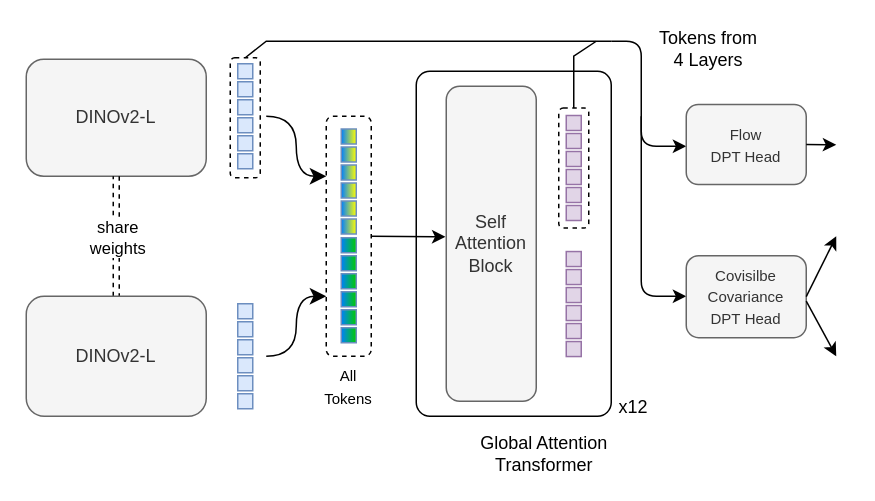
This is paper.drawio from infinity1096/CV-network-fulltrace, a draw.io file, before an edit. Source tidied: cells renumbered, new cells numbered last; positions are measured from the earlier drawing's top-left corner, leaving out a move shared by most shapes. Both pictures are drawn from the tidied source at 150%, with x=0, y=0 at pixel (26, 26).
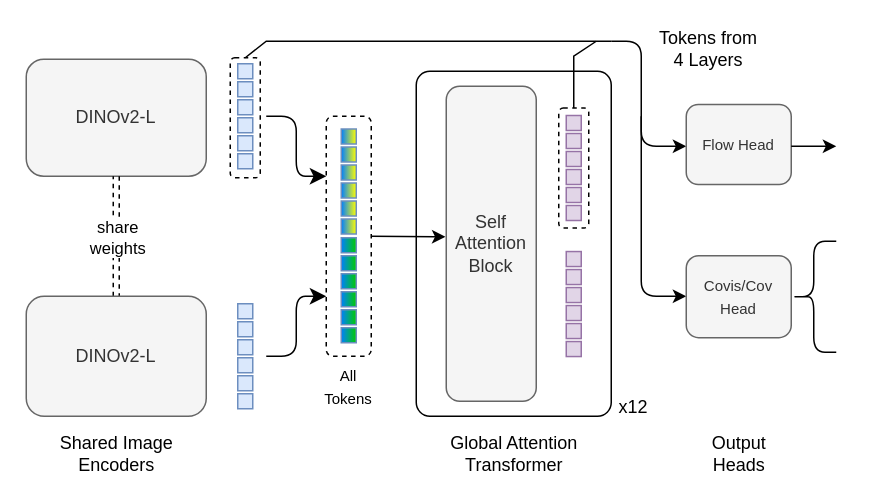
The same page after the edit.

Diff of the diagram source:
```diff
@@
-    <mxCell id="32" style="edgeStyle=orthogonalEdgeStyle;elbow=horizontal;endArrow=classic;html=1;curved=1;rounded=0;endSize=8;startSize=8;" parent="1" edge="1">
+    <mxCell id="32" style="edgeStyle=orthogonalEdgeStyle;elbow=horizontal;endArrow=classic;html=1;curved=0;rounded=1;endSize=8;startSize=8;" parent="1" edge="1">
       <mxGeometry relative="1" as="geometry">
         <mxPoint x="160" y="220" as="sourcePoint" />
         <mxPoint x="200" y="180" as="targetPoint" />
         <Array as="points">
           <mxPoint x="180" y="220" />
           <mxPoint x="180" y="180" />
         </Array>
       </mxGeometry>
     </mxCell>
-    <mxCell id="33" style="edgeStyle=orthogonalEdgeStyle;elbow=horizontal;endArrow=classic;html=1;curved=1;rounded=0;endSize=8;startSize=8;" parent="1" edge="1">
+    <mxCell id="33" style="edgeStyle=orthogonalEdgeStyle;elbow=horizontal;endArrow=classic;html=1;curved=0;rounded=1;endSize=8;startSize=8;" parent="1" edge="1">
       <mxGeometry relative="1" as="geometry">
         <mxPoint x="160" y="60" as="sourcePoint" />
         <mxPoint x="200" y="100" as="targetPoint" />
         <Array as="points">
           <mxPoint x="180" y="60" />
           <mxPoint x="180" y="100" />
         </Array>
       </mxGeometry>
     </mxCell>
@@
     <mxCell id="38" value="Global Attention Transformer" style="text;html=1;align=center;verticalAlign=middle;whiteSpace=wrap;rounded=0;" parent="1" vertex="1">
-      <mxGeometry x="293" y="270" width="105" height="30" as="geometry" />
+      <mxGeometry x="272.5" y="270" width="105" height="30" as="geometry" />
     </mxCell>
@@
-    <mxCell id="58" value="&lt;font style=&quot;font-size: 10px;&quot;&gt;Flow&lt;/font&gt;&lt;div&gt;&lt;font style=&quot;font-size: 10px;&quot;&gt;DPT Head&lt;/font&gt;&lt;/div&gt;" style="rounded=1;whiteSpace=wrap;html=1;fillColor=#f5f5f5;strokeColor=#666666;fontColor=#333333;" parent="1" vertex="1">
-      <mxGeometry x="440" y="52.1" width="80" height="53.4" as="geometry" />
+    <mxCell id="58" value="&lt;font size=&quot;1&quot;&gt;Flow Head&lt;/font&gt;" style="rounded=1;whiteSpace=wrap;html=1;fillColor=#f5f5f5;strokeColor=#666666;fontColor=#333333;" parent="1" vertex="1">
+      <mxGeometry x="440" y="52.1" width="70" height="53.4" as="geometry" />
     </mxCell>
-    <mxCell id="59" value="&lt;div&gt;&lt;font style=&quot;font-size: 10px;&quot;&gt;Covisilbe&lt;/font&gt;&lt;/div&gt;&lt;div&gt;&lt;font style=&quot;font-size: 10px;&quot;&gt;Covariance&lt;/font&gt;&lt;/div&gt;&lt;div&gt;&lt;font style=&quot;font-size: 10px;&quot;&gt;DPT&amp;nbsp;&lt;/font&gt;&lt;span style=&quot;font-size: 10px;&quot;&gt;Head&lt;/span&gt;&lt;/div&gt;" style="rounded=1;whiteSpace=wrap;html=1;fillColor=#f5f5f5;strokeColor=#666666;fontColor=#333333;" parent="1" vertex="1">
-      <mxGeometry x="440" y="153" width="80" height="54.6" as="geometry" />
+    <mxCell id="59" value="&lt;div&gt;&lt;font size=&quot;1&quot;&gt;Covis/Cov&lt;/font&gt;&lt;/div&gt;&lt;div&gt;&lt;font size=&quot;1&quot;&gt;Head&lt;/font&gt;&lt;/div&gt;" style="rounded=1;whiteSpace=wrap;html=1;fillColor=#f5f5f5;strokeColor=#666666;fontColor=#333333;" parent="1" vertex="1">
+      <mxGeometry x="440" y="153" width="70" height="54.6" as="geometry" />
     </mxCell>
-    <mxCell id="60" style="endArrow=classic;html=1;rounded=0;exitX=1;exitY=0.5;exitDx=0;exitDy=0;" parent="1" edge="1" source="58">
-      <mxGeometry relative="1" as="geometry">
-        <mxPoint x="540" y="79" as="targetPoint" />
-      </mxGeometry>
-    </mxCell>
-    <mxCell id="61" style="endArrow=classic;html=1;rounded=0;exitX=1;exitY=0.5;exitDx=0;exitDy=0;" parent="1" edge="1" source="59">
-      <mxGeometry relative="1" as="geometry">
-        <mxPoint x="540" y="140" as="targetPoint" />
-      </mxGeometry>
-    </mxCell>
-    <mxCell id="62" style="endArrow=classic;html=1;rounded=0;exitX=1;exitY=0.5;exitDx=0;exitDy=0;" parent="1" edge="1">
-      <mxGeometry relative="1" as="geometry">
-        <mxPoint x="520" y="183.2" as="sourcePoint" />
-        <mxPoint x="540" y="220" as="targetPoint" />
-      </mxGeometry>
-    </mxCell>
+    <mxCell id="63" style="endArrow=classic;html=1;rounded=0;" parent="1" edge="1">
+      <mxGeometry relative="1" as="geometry">
+        <mxPoint x="510" y="80" as="sourcePoint" />
+        <mxPoint x="540" y="80" as="targetPoint" />
+      </mxGeometry>
+    </mxCell>
+    <mxCell id="64" style="shape=curlyBracket;whiteSpace=wrap;html=1;rounded=1;labelPosition=left;verticalLabelPosition=middle;align=right;verticalAlign=middle;" parent="1" vertex="1">
+      <mxGeometry x="510" y="143.3" width="30" height="74" as="geometry" />
+    </mxCell>
+    <mxCell id="65" value="Shared Image&lt;div&gt;Encoders&lt;/div&gt;" style="text;html=1;align=center;verticalAlign=middle;whiteSpace=wrap;rounded=0;" parent="1" vertex="1">
+      <mxGeometry x="7.5" y="270" width="105" height="30" as="geometry" />
+    </mxCell>
+    <mxCell id="66" value="Output&lt;div&gt;Heads&lt;/div&gt;" style="text;html=1;align=center;verticalAlign=middle;whiteSpace=wrap;rounded=0;" parent="1" vertex="1">
+      <mxGeometry x="447.5" y="270" width="55" height="30" as="geometry" />
+    </mxCell>
```
